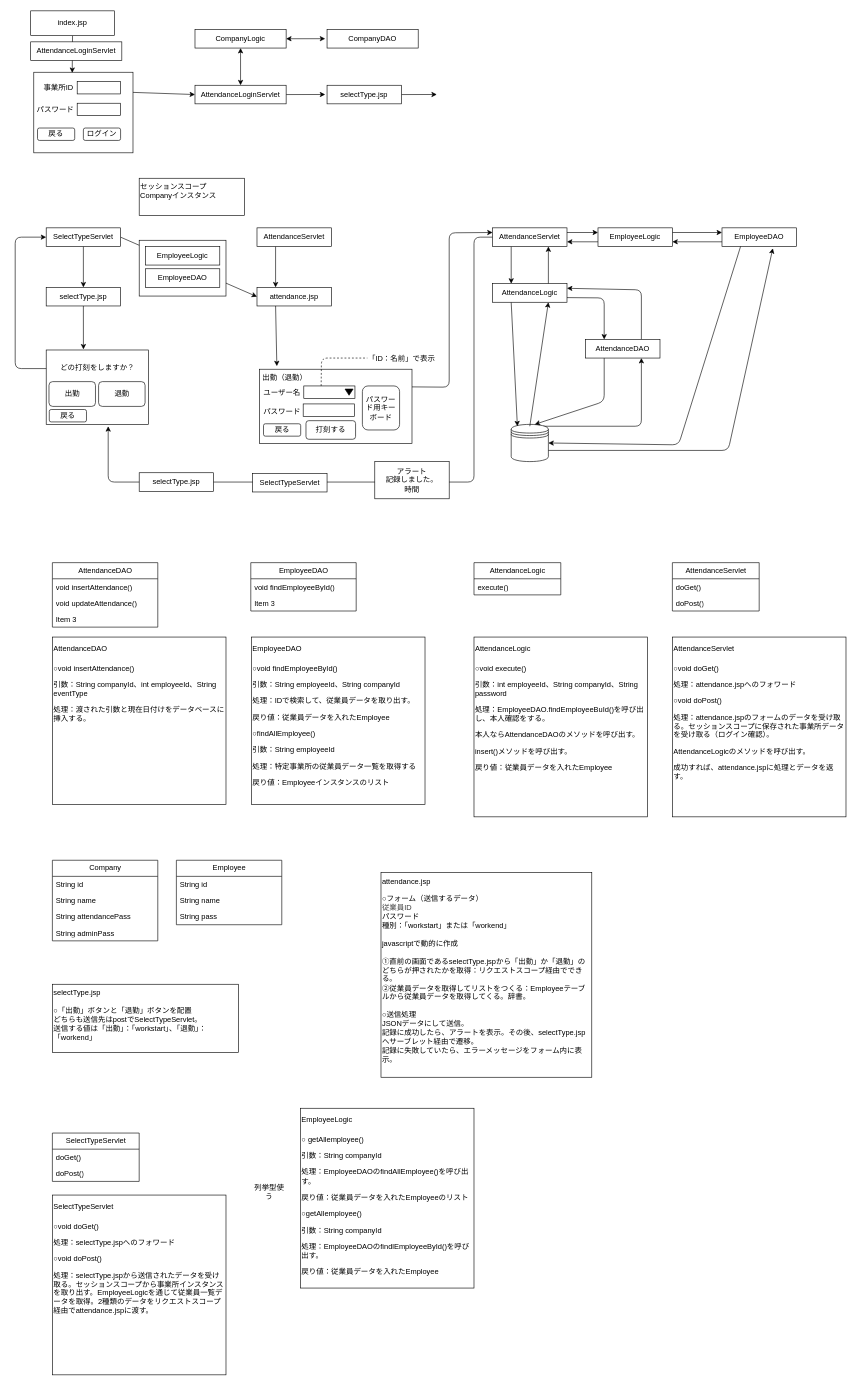
Before: page "勤怠機能" (5 of 8) of ドキュメント/制作物案.drawio in Kura-Hiroshi/Attendance_webapp, a draw.io diagram. Source tidied: cells renumbered, new cells numbered last; positions are measured from the earlier drawing's top-left corner, leaving out a move shared by most shapes. Both pictures are drawn from the tidied source at 62%, with x=0, y=0 at pixel (15, 11).
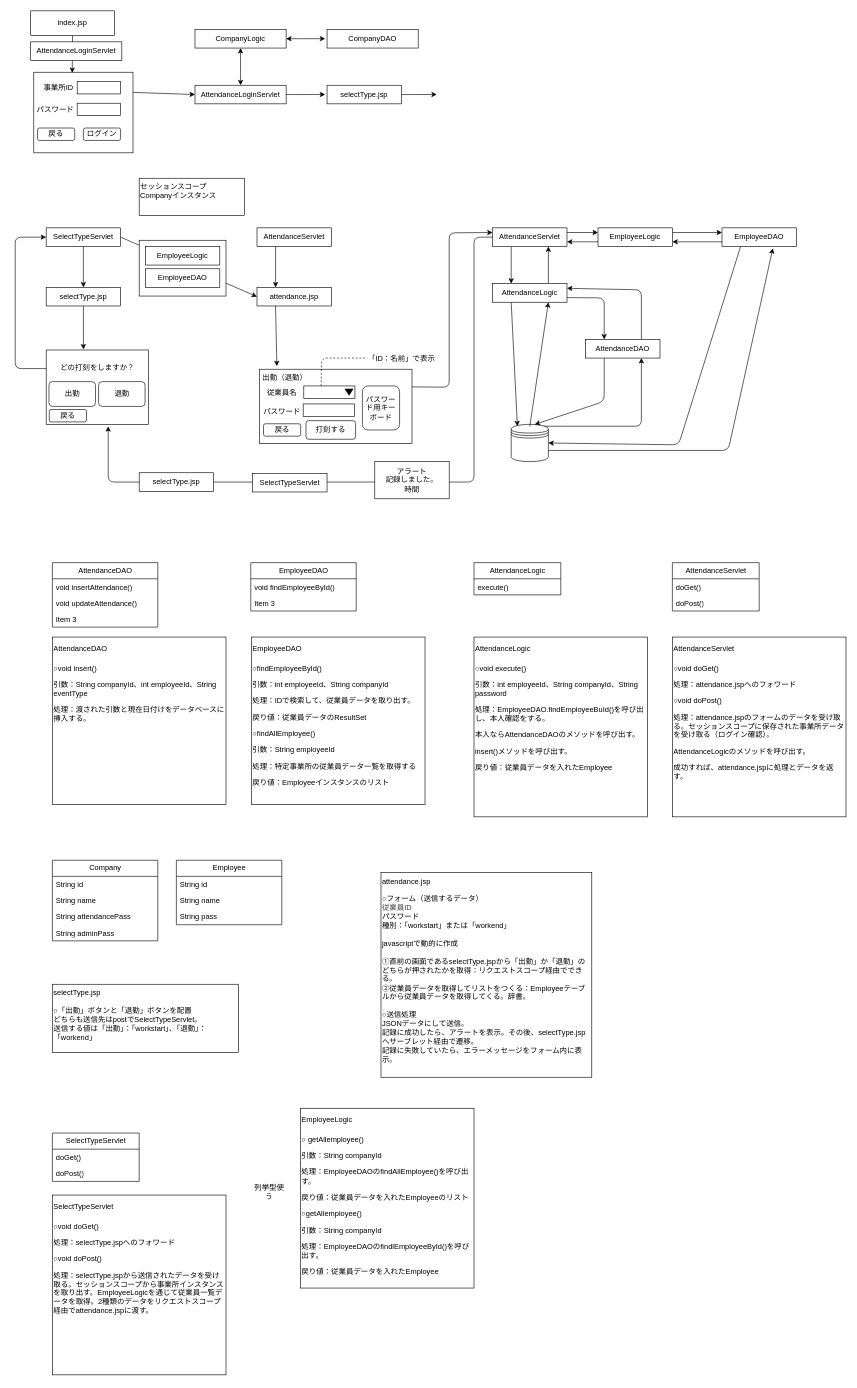
The same diagram, later.

Unchanged cells that the change refers to:
```xml
<mxCell id="18" style="group;" parent="1" vertex="1">
  <mxGeometry x="390" y="547" width="296" height="151" as="geometry" />
</mxCell>
```

The edit, as a diff of the source:
```diff
@@
-    <mxCell id="23" value="ユーザー名" style="text;html=1;align=center;verticalAlign=middle;whiteSpace=wrap;rounded=0;" parent="18" vertex="1">
+    <mxCell id="23" value="従業員名" style="text;html=1;align=center;verticalAlign=middle;whiteSpace=wrap;rounded=0;" parent="18" vertex="1">
       <mxGeometry x="7" y="54" width="67" height="30" as="geometry" />
     </mxCell>
@@
-    <mxCell id="54" value="&lt;h2 style=&quot;margin-top: 0px;&quot;&gt;&lt;span style=&quot;color: rgb(0, 0, 0); text-align: center; background-color: transparent; font-size: 12px; font-weight: normal;&quot;&gt;AttendanceDAO&lt;/span&gt;&lt;/h2&gt;&lt;p&gt;&lt;span style=&quot;color: rgb(0, 0, 0);&quot;&gt;○void insertAttendance()&lt;/span&gt;&lt;/p&gt;&lt;p&gt;&lt;span style=&quot;color: rgb(0, 0, 0);&quot;&gt;引数：String companyId、int employeeId、&lt;/span&gt;&lt;span style=&quot;color: rgb(0, 0, 0); background-color: transparent;&quot;&gt;String eventType&lt;/span&gt;&lt;/p&gt;&lt;p&gt;&lt;font color=&quot;#000000&quot;&gt;処理：渡された引数と現在日付けをデータベースに挿入する。&lt;/font&gt;&lt;/p&gt;" style="text;html=1;whiteSpace=wrap;overflow=hidden;rounded=0;strokeColor=default;" parent="1" vertex="1">
+    <mxCell id="54" value="&lt;h2 style=&quot;margin-top: 0px;&quot;&gt;&lt;span style=&quot;color: rgb(0, 0, 0); text-align: center; background-color: transparent; font-size: 12px; font-weight: normal;&quot;&gt;AttendanceDAO&lt;/span&gt;&lt;/h2&gt;&lt;p&gt;&lt;span style=&quot;color: rgb(0, 0, 0);&quot;&gt;○void insert()&lt;/span&gt;&lt;/p&gt;&lt;p&gt;&lt;span style=&quot;color: rgb(0, 0, 0);&quot;&gt;引数：String companyId、int employeeId、&lt;/span&gt;&lt;span style=&quot;color: rgb(0, 0, 0); background-color: transparent;&quot;&gt;String eventType&lt;/span&gt;&lt;/p&gt;&lt;p&gt;&lt;font color=&quot;#000000&quot;&gt;処理：渡された引数と現在日付けをデータベースに挿入する。&lt;/font&gt;&lt;/p&gt;" style="text;html=1;whiteSpace=wrap;overflow=hidden;rounded=0;strokeColor=default;" parent="1" vertex="1">
       <mxGeometry x="60" y="1010" width="280" height="270" as="geometry" />
     </mxCell>
@@
-    <mxCell id="58" value="&lt;h2 style=&quot;margin-top: 0px;&quot;&gt;&lt;span style=&quot;color: rgb(0, 0, 0); text-align: center; background-color: transparent; font-size: 12px; font-weight: normal;&quot;&gt;EmployeeDAO&lt;/span&gt;&lt;/h2&gt;&lt;p&gt;&lt;span style=&quot;color: rgb(0, 0, 0);&quot;&gt;○&lt;/span&gt;&lt;span style=&quot;color: rgb(0, 0, 0); background-color: transparent;&quot;&gt;void findEmployeeById()&lt;/span&gt;&lt;/p&gt;&lt;p&gt;&lt;span style=&quot;color: rgb(0, 0, 0); background-color: transparent;&quot;&gt;引数：String employeeId、&lt;/span&gt;&lt;span style=&quot;color: rgb(0, 0, 0); background-color: transparent;&quot;&gt;String companyId&lt;/span&gt;&lt;/p&gt;&lt;p&gt;&lt;span style=&quot;color: rgb(0, 0, 0); background-color: transparent;&quot;&gt;処理：IDで検索して、従業員データを取り出す。&lt;/span&gt;&lt;/p&gt;&lt;p&gt;&lt;span style=&quot;color: rgb(0, 0, 0); background-color: transparent;&quot;&gt;戻り値：従業員データを入れたEmployee&lt;/span&gt;&lt;/p&gt;&lt;p&gt;&lt;span style=&quot;color: rgb(0, 0, 0); background-color: transparent;&quot;&gt;○findAllEmployee()&lt;/span&gt;&lt;/p&gt;&lt;p&gt;&lt;span style=&quot;color: rgb(0, 0, 0); background-color: transparent;&quot;&gt;引数：String&lt;/span&gt;&lt;span style=&quot;color: rgb(0, 0, 0); background-color: transparent;&quot;&gt;&amp;nbsp;employeeId&lt;/span&gt;&lt;/p&gt;&lt;p&gt;&lt;span style=&quot;color: rgb(0, 0, 0); background-color: transparent;&quot;&gt;処理：特定事業所の従業員データ一覧を取得する&lt;/span&gt;&lt;/p&gt;&lt;p&gt;&lt;span style=&quot;color: rgb(0, 0, 0); background-color: transparent;&quot;&gt;戻り値：Employeeインスタンスのリスト&lt;/span&gt;&lt;/p&gt;&lt;p&gt;&lt;span style=&quot;color: rgb(0, 0, 0); background-color: transparent;&quot;&gt;&lt;br&gt;&lt;/span&gt;&lt;/p&gt;" style="text;html=1;whiteSpace=wrap;overflow=hidden;rounded=0;strokeColor=default;" parent="1" vertex="1">
+    <mxCell id="58" value="&lt;h2 style=&quot;margin-top: 0px;&quot;&gt;&lt;span style=&quot;color: rgb(0, 0, 0); text-align: center; background-color: transparent; font-size: 12px; font-weight: normal;&quot;&gt;EmployeeDAO&lt;/span&gt;&lt;/h2&gt;&lt;p&gt;&lt;span style=&quot;color: rgb(0, 0, 0);&quot;&gt;○&lt;/span&gt;&lt;span style=&quot;color: rgb(0, 0, 0); background-color: transparent;&quot;&gt;findEmployeeById()&lt;/span&gt;&lt;/p&gt;&lt;p&gt;&lt;span style=&quot;color: rgb(0, 0, 0); background-color: transparent;&quot;&gt;引数：int employeeId、&lt;/span&gt;&lt;span style=&quot;color: rgb(0, 0, 0); background-color: transparent;&quot;&gt;String companyId&lt;/span&gt;&lt;/p&gt;&lt;p&gt;&lt;span style=&quot;color: rgb(0, 0, 0); background-color: transparent;&quot;&gt;処理：IDで検索して、従業員データを取り出す。&lt;/span&gt;&lt;/p&gt;&lt;p&gt;&lt;span style=&quot;color: rgb(0, 0, 0); background-color: transparent;&quot;&gt;戻り値：従業員データのResultSet&lt;/span&gt;&lt;/p&gt;&lt;p&gt;&lt;span style=&quot;color: rgb(0, 0, 0); background-color: transparent;&quot;&gt;○findAllEmployee()&lt;/span&gt;&lt;/p&gt;&lt;p&gt;&lt;span style=&quot;color: rgb(0, 0, 0); background-color: transparent;&quot;&gt;引数：String&lt;/span&gt;&lt;span style=&quot;color: rgb(0, 0, 0); background-color: transparent;&quot;&gt;&amp;nbsp;employeeId&lt;/span&gt;&lt;/p&gt;&lt;p&gt;&lt;span style=&quot;color: rgb(0, 0, 0); background-color: transparent;&quot;&gt;処理：特定事業所の従業員データ一覧を取得する&lt;/span&gt;&lt;/p&gt;&lt;p&gt;&lt;span style=&quot;color: rgb(0, 0, 0); background-color: transparent;&quot;&gt;戻り値：Employeeインスタンスのリスト&lt;/span&gt;&lt;/p&gt;&lt;p&gt;&lt;span style=&quot;color: rgb(0, 0, 0); background-color: transparent;&quot;&gt;&lt;br&gt;&lt;/span&gt;&lt;/p&gt;" style="text;html=1;whiteSpace=wrap;overflow=hidden;rounded=0;strokeColor=default;" parent="1" vertex="1">
       <mxGeometry x="381" y="1010" width="280" height="270" as="geometry" />
     </mxCell>
```
